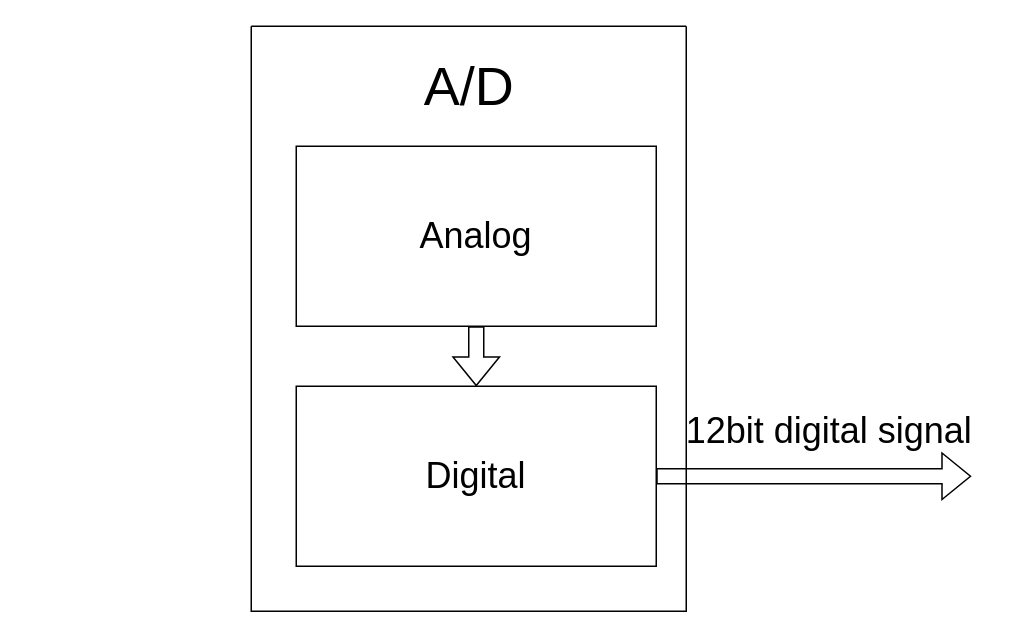
The draw.io diagram Diagrams/Copy of Background 3.drawio in sabarioded/Patterns_Project, before the edit. Source tidied: cells renumbered, new cells numbered last; positions are measured from the earlier drawing's top-left corner, leaving out a move shared by most shapes. Both pictures are drawn from the tidied source at 150%, with x=0, y=0 at pixel (250, 26).
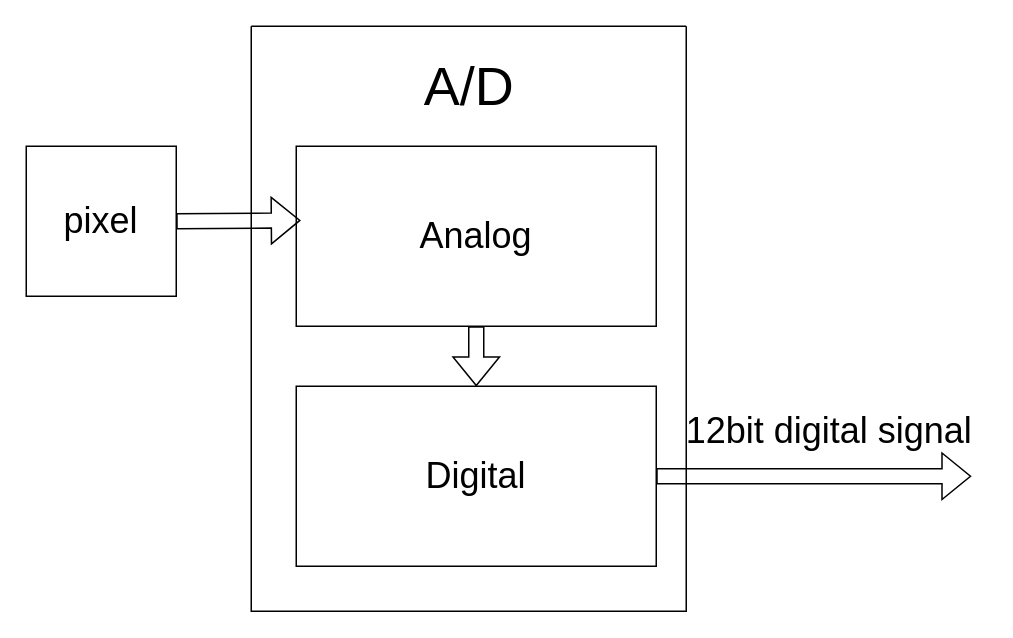
After the change.

Change to the diagram source:
```diff
@@
 <mxGraphModel>
   <root>
     <mxCell id="0" />
     <mxCell id="1" parent="0" />
     <mxCell id="2" value="&lt;font style=&quot;font-size: 24px;&quot;&gt;12bit digital signal&lt;/font&gt;" style="text;html=1;align=center;verticalAlign=middle;strokeColor=none;fillColor=none;" parent="1" vertex="1">
       <mxGeometry x="280" y="250" width="210" height="40" as="geometry" />
     </mxCell>
     <mxCell id="3" value="&lt;font style=&quot;font-size: 24px;&quot;&gt;Analog&lt;/font&gt;" style="rounded=0;whiteSpace=wrap;html=1;" parent="1" vertex="1">
       <mxGeometry x="30" y="80" width="240" height="120" as="geometry" />
     </mxCell>
     <mxCell id="4" value="&lt;font style=&quot;font-size: 24px;&quot;&gt;Digital&lt;/font&gt;" style="rounded=0;whiteSpace=wrap;html=1;" parent="1" vertex="1">
       <mxGeometry x="30" y="240" width="240" height="120" as="geometry" />
     </mxCell>
     <mxCell id="5" style="shape=flexArrow;endArrow=classic;html=1;rounded=0;exitX=1;exitY=0.5;exitDx=0;exitDy=0;" parent="1" edge="1" source="4">
       <mxGeometry relative="1" as="geometry">
         <mxPoint x="480" y="300" as="targetPoint" />
       </mxGeometry>
     </mxCell>
     <mxCell id="6" style="shape=flexArrow;endArrow=classic;html=1;rounded=0;exitX=0.5;exitY=1;exitDx=0;exitDy=0;entryX=0.5;entryY=0;entryDx=0;entryDy=0;" parent="1" edge="1" source="3" target="4">
       <mxGeometry relative="1" as="geometry" />
     </mxCell>
     <mxCell id="7" style="swimlane;startSize=0;" parent="1" vertex="1">
       <mxGeometry width="290" height="390" as="geometry" />
     </mxCell>
     <mxCell id="8" value="&lt;font style=&quot;font-size: 36px;&quot;&gt;A/D&lt;/font&gt;" style="text;html=1;align=center;verticalAlign=middle;strokeColor=none;fillColor=none;" parent="7" vertex="1">
       <mxGeometry x="105" y="10" width="80" height="60" as="geometry" />
     </mxCell>
+    <mxCell id="9" value="&lt;font style=&quot;font-size: 24px;&quot;&gt;pixel&lt;/font&gt;" style="rounded=0;whiteSpace=wrap;html=1;" parent="1" vertex="1">
+      <mxGeometry x="-150" y="80" width="100" height="100" as="geometry" />
+    </mxCell>
+    <mxCell id="10" style="shape=flexArrow;endArrow=classic;html=1;rounded=0;exitX=1;exitY=0.5;exitDx=0;exitDy=0;entryX=0.012;entryY=0.412;entryDx=0;entryDy=0;entryPerimeter=0;" parent="1" edge="1" source="9" target="3">
+      <mxGeometry relative="1" as="geometry" />
+    </mxCell>
   </root>
 </mxGraphModel>
```
